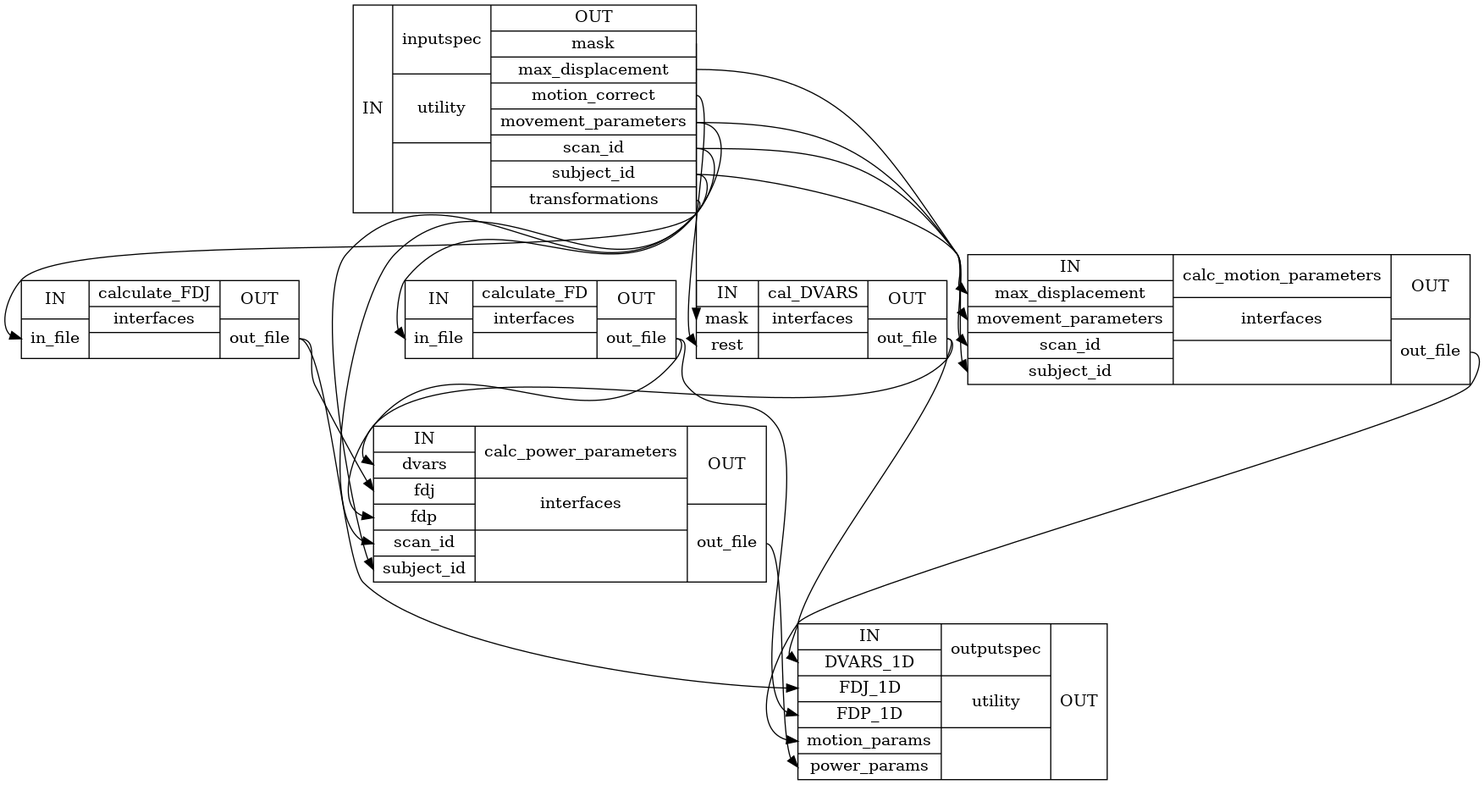
This is docs/nightly/developer/workflows/images/generated/motion_statistics_detailed.png from FCP-INDI/fcp-indi.github.io, a Graphviz export, as it was before one commit. Its source is kept beside it as docs/nightly/developer/workflows/images/generated/motion_statistics_detailed.dot. Source of this version:
```dot
digraph structs {
node [shape=record];
motion_statsinputspec [label="{IN}|{ inputspec | utility |  }|{OUT|<outmask> mask|<outmaxdisplacement> max_displacement|<outmotioncorrect> motion_correct|<outmovementparameters> movement_parameters|<outscanid> scan_id|<outsubjectid> subject_id|<outtransformations> transformations}"];
motion_statscalc_motion_parameters [label="{IN|<inmaxdisplacement> max_displacement|<inmovementparameters> movement_parameters|<inscanid> scan_id|<insubjectid> subject_id}|{ calc_motion_parameters | interfaces |  }|{OUT|<outoutfile> out_file}"];
motion_statscalculate_FDJ [label="{IN|<ininfile> in_file}|{ calculate_FDJ | interfaces |  }|{OUT|<outoutfile> out_file}"];
motion_statscalculate_FD [label="{IN|<ininfile> in_file}|{ calculate_FD | interfaces |  }|{OUT|<outoutfile> out_file}"];
motion_statscal_DVARS [label="{IN|<inmask> mask|<inrest> rest}|{ cal_DVARS | interfaces |  }|{OUT|<outoutfile> out_file}"];
motion_statscalc_power_parameters [label="{IN|<indvars> dvars|<infdj> fdj|<infdp> fdp|<inscanid> scan_id|<insubjectid> subject_id}|{ calc_power_parameters | interfaces |  }|{OUT|<outoutfile> out_file}"];
motion_statsoutputspec [label="{IN|<inDVARS1D> DVARS_1D|<inFDJ1D> FDJ_1D|<inFDP1D> FDP_1D|<inmotionparams> motion_params|<inpowerparams> power_params}|{ outputspec | utility |  }|{OUT}"];
motion_statscal_DVARS:outoutfile:e -> motion_statscalc_power_parameters:indvars:w;
motion_statscal_DVARS:outoutfile:e -> motion_statsoutputspec:inDVARS1D:w;
motion_statscalc_motion_parameters:outoutfile:e -> motion_statsoutputspec:inmotionparams:w;
motion_statscalc_power_parameters:outoutfile:e -> motion_statsoutputspec:inpowerparams:w;
motion_statscalculate_FD:outoutfile:e -> motion_statscalc_power_parameters:infdp:w;
motion_statscalculate_FD:outoutfile:e -> motion_statsoutputspec:inFDP1D:w;
motion_statscalculate_FDJ:outoutfile:e -> motion_statscalc_power_parameters:infdj:w;
motion_statscalculate_FDJ:outoutfile:e -> motion_statsoutputspec:inFDJ1D:w;
motion_statsinputspec:outmask:e -> motion_statscal_DVARS:inmask:w;
motion_statsinputspec:outmaxdisplacement:e -> motion_statscalc_motion_parameters:inmaxdisplacement:w;
motion_statsinputspec:outmotioncorrect:e -> motion_statscal_DVARS:inrest:w;
motion_statsinputspec:outmovementparameters:e -> motion_statscalc_motion_parameters:inmovementparameters:w;
motion_statsinputspec:outmovementparameters:e -> motion_statscalculate_FD:ininfile:w;
motion_statsinputspec:outscanid:e -> motion_statscalc_motion_parameters:inscanid:w;
motion_statsinputspec:outscanid:e -> motion_statscalc_power_parameters:inscanid:w;
motion_statsinputspec:outsubjectid:e -> motion_statscalc_motion_parameters:insubjectid:w;
motion_statsinputspec:outsubjectid:e -> motion_statscalc_power_parameters:insubjectid:w;
motion_statsinputspec:outtransformations:e -> motion_statscalculate_FDJ:ininfile:w;
}
```
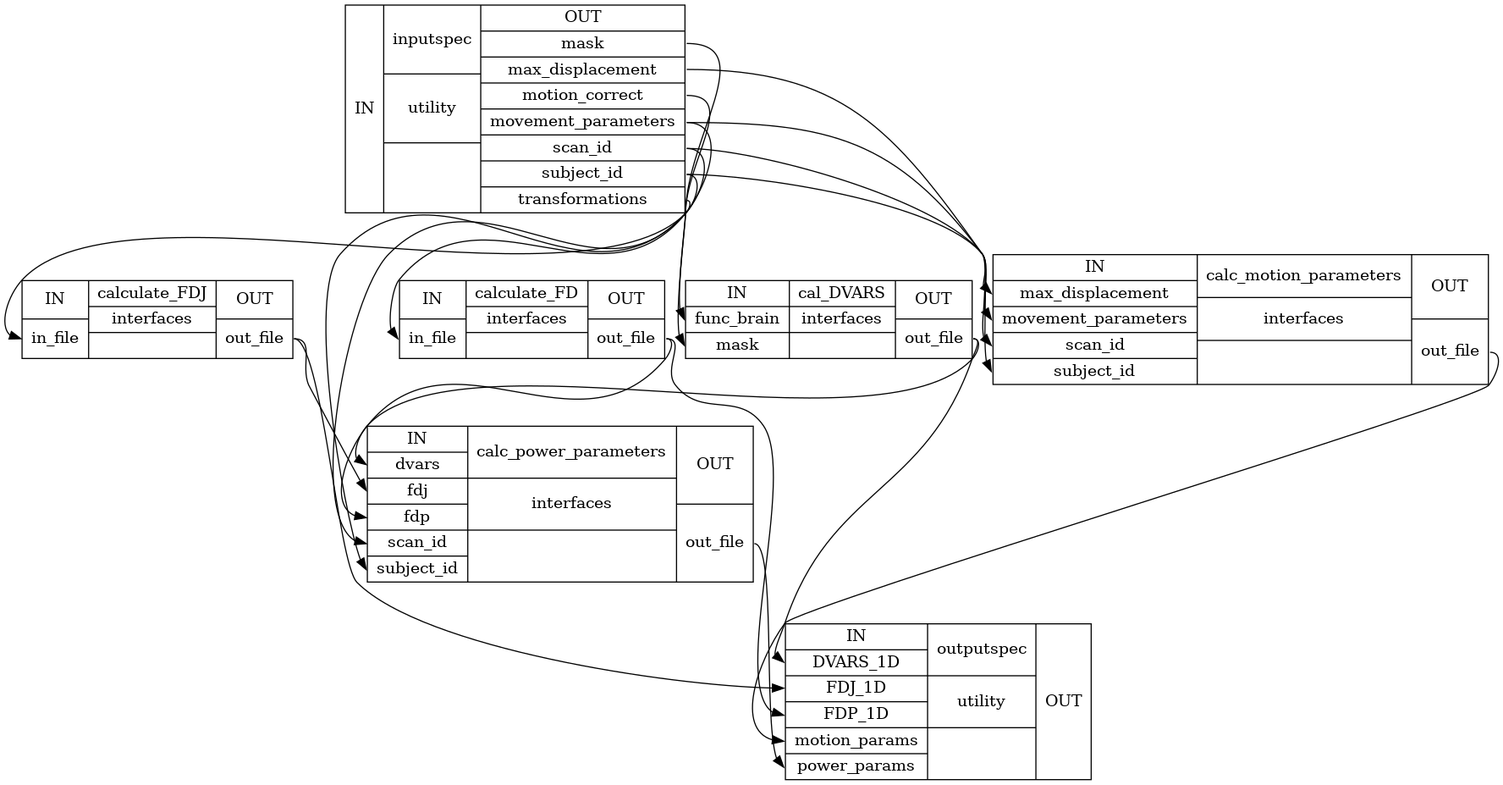
After the commit.

What changed in the source:
```diff
@@ -4,7 +4,7 @@
 motion_statscalc_motion_parameters [label="{IN|<inmaxdisplacement> max_displacement|<inmovementparameters> movement_parameters|<inscanid> scan_id|<insubjectid> subject_id}|{ calc_motion_parameters | interfaces |  }|{OUT|<outoutfile> out_file}"];
 motion_statscalculate_FDJ [label="{IN|<ininfile> in_file}|{ calculate_FDJ | interfaces |  }|{OUT|<outoutfile> out_file}"];
 motion_statscalculate_FD [label="{IN|<ininfile> in_file}|{ calculate_FD | interfaces |  }|{OUT|<outoutfile> out_file}"];
-motion_statscal_DVARS [label="{IN|<inmask> mask|<inrest> rest}|{ cal_DVARS | interfaces |  }|{OUT|<outoutfile> out_file}"];
+motion_statscal_DVARS [label="{IN|<infuncbrain> func_brain|<inmask> mask}|{ cal_DVARS | interfaces |  }|{OUT|<outoutfile> out_file}"];
 motion_statscalc_power_parameters [label="{IN|<indvars> dvars|<infdj> fdj|<infdp> fdp|<inscanid> scan_id|<insubjectid> subject_id}|{ calc_power_parameters | interfaces |  }|{OUT|<outoutfile> out_file}"];
 motion_statsoutputspec [label="{IN|<inDVARS1D> DVARS_1D|<inFDJ1D> FDJ_1D|<inFDP1D> FDP_1D|<inmotionparams> motion_params|<inpowerparams> power_params}|{ outputspec | utility |  }|{OUT}"];
 motion_statscal_DVARS:outoutfile:e -> motion_statscalc_power_parameters:indvars:w;
@@ -17,7 +17,7 @@
 motion_statscalculate_FDJ:outoutfile:e -> motion_statsoutputspec:inFDJ1D:w;
 motion_statsinputspec:outmask:e -> motion_statscal_DVARS:inmask:w;
 motion_statsinputspec:outmaxdisplacement:e -> motion_statscalc_motion_parameters:inmaxdisplacement:w;
-motion_statsinputspec:outmotioncorrect:e -> motion_statscal_DVARS:inrest:w;
+motion_statsinputspec:outmotioncorrect:e -> motion_statscal_DVARS:infuncbrain:w;
 motion_statsinputspec:outmovementparameters:e -> motion_statscalc_motion_parameters:inmovementparameters:w;
 motion_statsinputspec:outmovementparameters:e -> motion_statscalculate_FD:ininfile:w;
 motion_statsinputspec:outscanid:e -> motion_statscalc_motion_parameters:inscanid:w;
```
